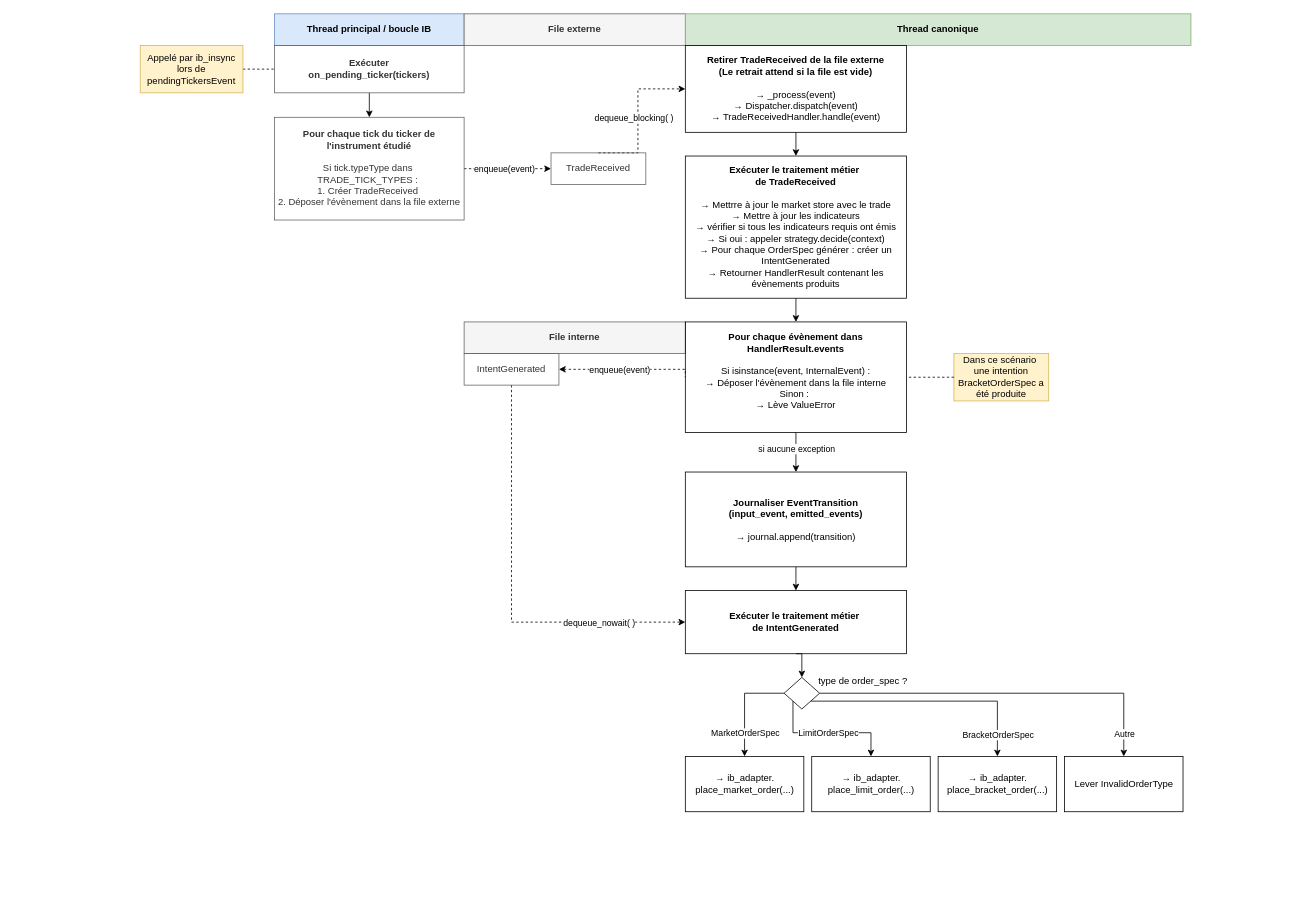
The draw.io diagram page "TradeReceived + Bracket" (2 of 2) of docs/02. Diagrams/Vue d'ensemble.drawio in ManuelBayon/InvestIQ-v2, before the edit. Source tidied: cells renumbered, new cells numbered last; positions are measured from the earlier drawing's top-left corner, leaving out a move shared by most shapes. Both pictures are drawn from the tidied source at 79%, with x=0, y=0 at pixel (140, 13).
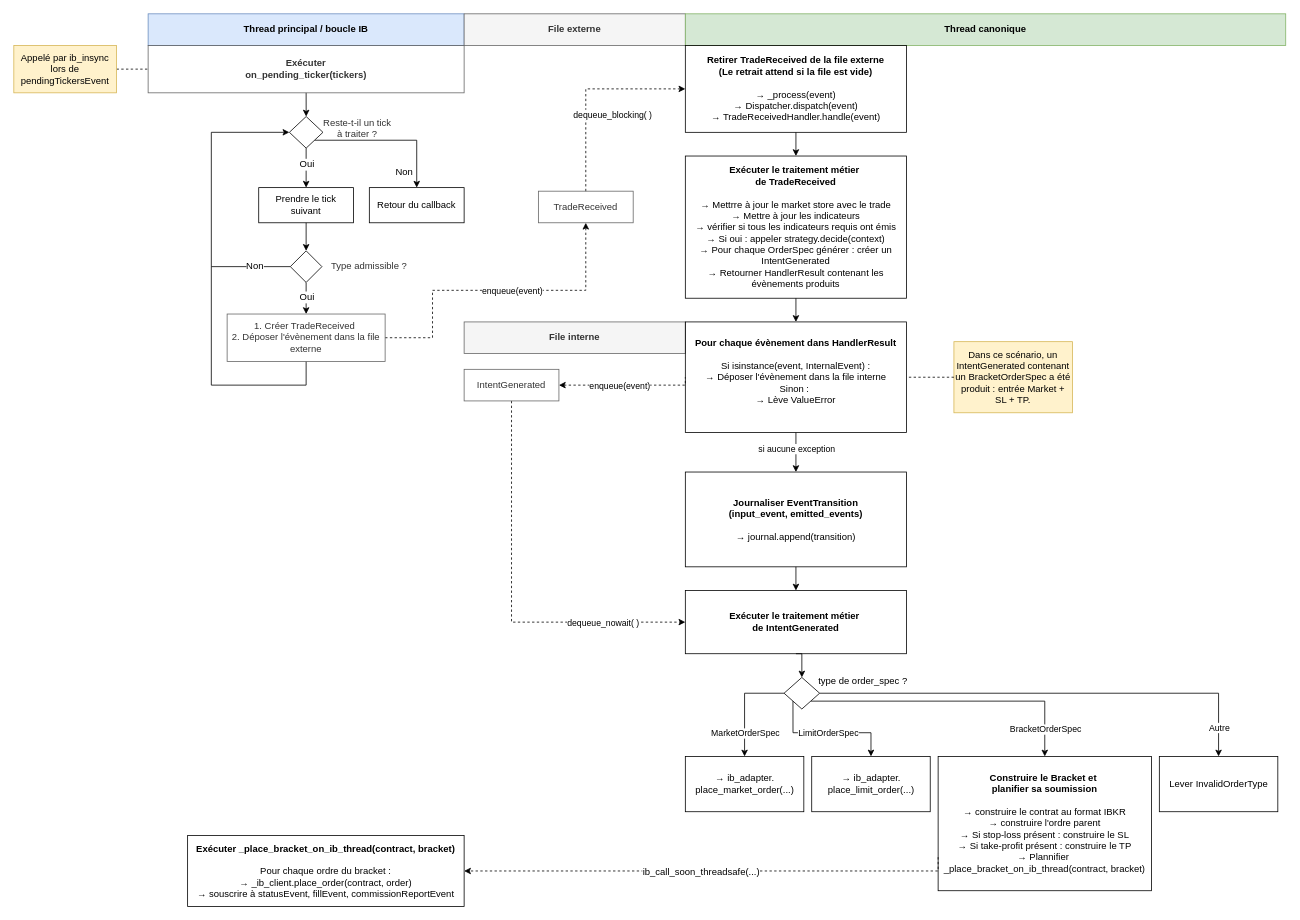
After the change.

Commit message:
docs: detail live trade flow and bracket submission

The change refers to these unchanged cells:
```xml
<mxCell id="16" value="&lt;b&gt;Retirer TradeReceived de la file externe&lt;/b&gt;&lt;div&gt;&lt;b&gt;(Le retrait attend si la file est vide)&lt;br&gt;&lt;/b&gt;&lt;div&gt;&lt;br&gt;&lt;div&gt;→ _process(event)&lt;/div&gt;&lt;/div&gt;&lt;div&gt;→ Dispatcher.dispatch(event)&lt;/div&gt;&lt;div&gt;→ TradeReceivedHandler.handle(event)&lt;/div&gt;&lt;/div&gt;" style="rounded=0;whiteSpace=wrap;html=1;fillColor=none;strokeColor=default;" parent="1" vertex="1">
  <mxGeometry x="690" y="40" width="280" height="110" as="geometry" />
</mxCell>
<mxCell id="38" style="rhombus;whiteSpace=wrap;html=1;" parent="1" vertex="1">
  <mxGeometry x="815" y="840" width="45" height="40" as="geometry" />
</mxCell>
```

Diff of the diagram source:
```diff
@@
-    <mxCell id="2" style="edgeStyle=orthogonalEdgeStyle;rounded=0;jettySize=auto;html=1;exitX=1;exitY=0.5;exitDx=0;exitDy=0;entryX=0;entryY=0.5;entryDx=0;entryDy=0;dashed=1;endArrow=none;endFill=0;" parent="1" edge="1" source="3" target="8">
-      <mxGeometry relative="1" as="geometry" />
+    <mxCell id="2" style="edgeStyle=orthogonalEdgeStyle;rounded=0;jettySize=auto;html=1;exitX=1;exitY=0.5;exitDx=0;exitDy=0;entryX=0;entryY=0.5;entryDx=0;entryDy=0;dashed=1;endArrow=none;endFill=0;" parent="1" edge="1" source="3">
+      <mxGeometry relative="1" as="geometry">
+        <mxPoint x="10" y="70" as="targetPoint" />
+      </mxGeometry>
     </mxCell>
     <mxCell id="3" value="Appelé par ib_insync lors de pendingTickersEvent" style="rounded=0;whiteSpace=wrap;html=1;fillColor=#fff2cc;strokeColor=#d6b656;" parent="1" vertex="1">
-      <mxGeometry y="40" width="130" height="60" as="geometry" />
+      <mxGeometry x="-160" y="40" width="130" height="60" as="geometry" />
     </mxCell>
     <mxCell id="4" value="Thread principal / boucle IB" style="rounded=0;whiteSpace=wrap;html=1;fillColor=#dae8fc;strokeColor=#6c8ebf;fontStyle=1;" parent="1" vertex="1">
-      <mxGeometry x="170" width="240" height="40" as="geometry" />
+      <mxGeometry x="10" width="400" height="40" as="geometry" />
     </mxCell>
@@
     <mxCell id="6" value="Thread canonique" style="rounded=0;whiteSpace=wrap;html=1;fillColor=#d5e8d4;strokeColor=#82b366;fontStyle=1;" parent="1" vertex="1">
-      <mxGeometry x="690" width="640" height="40" as="geometry" />
+      <mxGeometry x="690" width="760" height="40" as="geometry" />
     </mxCell>
-    <mxCell id="7" style="edgeStyle=orthogonalEdgeStyle;rounded=0;jettySize=auto;html=1;exitX=0.5;exitY=1;exitDx=0;exitDy=0;entryX=0.5;entryY=0;entryDx=0;entryDy=0;" parent="1" edge="1" source="8" target="11">
+    <mxCell id="7" style="edgeStyle=orthogonalEdgeStyle;rounded=0;jettySize=auto;html=1;exitX=0.5;exitY=1;exitDx=0;exitDy=0;entryX=0.5;entryY=0;entryDx=0;entryDy=0;" parent="1" edge="1" source="8" target="60">
       <mxGeometry relative="1" as="geometry" />
     </mxCell>
     <mxCell id="8" value="&lt;b&gt;Exécuter&lt;/b&gt;&lt;div&gt;&lt;b&gt;on_pending_ticker(tickers)&lt;/b&gt;&lt;/div&gt;" style="rounded=0;whiteSpace=wrap;html=1;fillColor=none;fontColor=#333333;strokeColor=#666666;" parent="1" vertex="1">
-      <mxGeometry x="170" y="40" width="240" height="60" as="geometry" />
+      <mxGeometry x="10" y="40" width="400" height="60" as="geometry" />
     </mxCell>
-    <mxCell id="9" style="edgeStyle=orthogonalEdgeStyle;rounded=0;jettySize=auto;html=1;exitX=1;exitY=0.5;exitDx=0;exitDy=0;dashed=1;" parent="1" edge="1" source="11" target="14">
-      <mxGeometry relative="1" as="geometry" />
+    <mxCell id="9" style="edgeStyle=orthogonalEdgeStyle;rounded=0;jettySize=auto;html=1;dashed=1;exitX=1;exitY=0.5;exitDx=0;exitDy=0;entryX=0.5;entryY=1;entryDx=0;entryDy=0;" parent="1" edge="1" source="49" target="14">
+      <mxGeometry relative="1" as="geometry">
+        <Array as="points">
+          <mxPoint x="370" y="410" />
+          <mxPoint x="370" y="350" />
+          <mxPoint x="564" y="350" />
+        </Array>
+      </mxGeometry>
     </mxCell>
     <mxCell id="10" value="enqueue(event)" style="edgeLabel;html=1;align=center;verticalAlign=middle;" parent="9" vertex="1">
       <mxGeometry x="-0.36" y="1" relative="1" as="geometry">
-        <mxPoint x="15" y="1" as="offset" />
+        <mxPoint x="92" y="1" as="offset" />
       </mxGeometry>
     </mxCell>
-    <mxCell id="11" value="&lt;b&gt;Pour chaque tick du ticker de l'instrument étudié&lt;/b&gt;&lt;div&gt;&lt;br&gt;&lt;/div&gt;&lt;div&gt;Si tick.typeType dans&amp;nbsp;&lt;/div&gt;&lt;div&gt;TRADE_TICK_TYPES :&amp;nbsp;&lt;/div&gt;&lt;div&gt;1. Créer TradeReceived&amp;nbsp;&lt;/div&gt;&lt;div&gt;2. Déposer l'évènement dans la file externe&lt;/div&gt;" style="rounded=0;whiteSpace=wrap;html=1;fillColor=none;fontColor=#333333;strokeColor=#666666;" parent="1" vertex="1">
-      <mxGeometry x="170" y="131" width="240" height="130" as="geometry" />
-    </mxCell>
     <mxCell id="12" style="edgeStyle=orthogonalEdgeStyle;rounded=0;jettySize=auto;html=1;dashed=1;exitX=0.5;exitY=0;exitDx=0;exitDy=0;" parent="1" edge="1" source="14" target="16">
       <mxGeometry relative="1" as="geometry">
         <Array as="points">
-          <mxPoint x="630" y="95" />
+          <mxPoint x="564" y="95" />
         </Array>
       </mxGeometry>
     </mxCell>
     <mxCell id="13" value="dequeue_blocking( )" style="edgeLabel;html=1;align=center;verticalAlign=middle;" parent="12" vertex="1">
       <mxGeometry x="-0.24" relative="1" as="geometry">
-        <mxPoint x="-6" y="-22" as="offset" />
+        <mxPoint x="33" as="offset" />
       </mxGeometry>
     </mxCell>
     <mxCell id="14" value="TradeReceived" style="rounded=0;whiteSpace=wrap;html=1;fillColor=none;fontColor=#333333;strokeColor=#666666;" parent="1" vertex="1">
-      <mxGeometry x="520" y="176" width="120" height="40" as="geometry" />
+      <mxGeometry x="504" y="224.5" width="120" height="40" as="geometry" />
     </mxCell>
@@
     <mxCell id="20" style="edgeStyle=orthogonalEdgeStyle;rounded=0;jettySize=auto;html=1;exitX=1;exitY=0.5;exitDx=0;exitDy=0;entryX=0;entryY=0.5;entryDx=0;entryDy=0;dashed=1;startArrow=classic;startFill=1;endArrow=none;endFill=0;" parent="1" edge="1" source="27" target="24">
       <mxGeometry relative="1" as="geometry">
         <Array as="points">
-          <mxPoint x="690" y="450" />
+          <mxPoint x="690" y="470" />
         </Array>
       </mxGeometry>
     </mxCell>
@@
-    <mxCell id="24" value="&lt;div&gt;&lt;span style=&quot;background-color: transparent; color: light-dark(rgb(0, 0, 0), rgb(255, 255, 255));&quot;&gt;&lt;b&gt;Pour chaque évènement dans HandlerResult.events&lt;/b&gt;&lt;/span&gt;&lt;/div&gt;&lt;div&gt;&lt;span style=&quot;background-color: transparent; color: light-dark(rgb(0, 0, 0), rgb(255, 255, 255));&quot;&gt;&lt;br&gt;&lt;/span&gt;&lt;/div&gt;&lt;div&gt;Si isinstance(event, InternalEvent) :&lt;/div&gt;&lt;div&gt;→ Déposer l'évènement dans la file interne&lt;/div&gt;&lt;div&gt;Sinon :&amp;nbsp;&lt;/div&gt;&lt;div&gt;&lt;span style=&quot;background-color: transparent; color: light-dark(rgb(0, 0, 0), rgb(255, 255, 255));&quot;&gt;→&lt;/span&gt;&lt;span style=&quot;background-color: transparent; color: light-dark(rgb(0, 0, 0), rgb(255, 255, 255));&quot;&gt;&amp;nbsp;&lt;/span&gt;Lève ValueError&lt;/div&gt;&lt;div&gt;&lt;br&gt;&lt;/div&gt;" style="rounded=0;whiteSpace=wrap;html=1;fillColor=none;strokeColor=default;" parent="1" vertex="1">
+    <mxCell id="24" value="&lt;div&gt;&lt;span style=&quot;background-color: transparent; color: light-dark(rgb(0, 0, 0), rgb(255, 255, 255));&quot;&gt;&lt;b&gt;Pour chaque évènement dans HandlerResult&lt;/b&gt;&lt;/span&gt;&lt;/div&gt;&lt;div&gt;&lt;span style=&quot;background-color: transparent; color: light-dark(rgb(0, 0, 0), rgb(255, 255, 255));&quot;&gt;&lt;br&gt;&lt;/span&gt;&lt;/div&gt;&lt;div&gt;Si isinstance(event, InternalEvent) :&lt;/div&gt;&lt;div&gt;→ Déposer l'évènement dans la file interne&lt;/div&gt;&lt;div&gt;Sinon :&amp;nbsp;&lt;/div&gt;&lt;div&gt;&lt;span style=&quot;background-color: transparent; color: light-dark(rgb(0, 0, 0), rgb(255, 255, 255));&quot;&gt;→&lt;/span&gt;&lt;span style=&quot;background-color: transparent; color: light-dark(rgb(0, 0, 0), rgb(255, 255, 255));&quot;&gt;&amp;nbsp;&lt;/span&gt;Lève ValueError&lt;/div&gt;&lt;div&gt;&lt;br&gt;&lt;/div&gt;" style="rounded=0;whiteSpace=wrap;html=1;fillColor=none;strokeColor=default;" parent="1" vertex="1">
       <mxGeometry x="690" y="390" width="280" height="140" as="geometry" />
     </mxCell>
@@
     <mxCell id="27" value="IntentGenerated" style="rounded=0;whiteSpace=wrap;html=1;fillColor=none;fontColor=#333333;strokeColor=#666666;" parent="1" vertex="1">
-      <mxGeometry x="410" y="430" width="120" height="40" as="geometry" />
+      <mxGeometry x="410" y="450" width="120" height="40" as="geometry" />
     </mxCell>
@@
-    <mxCell id="34" style="edgeStyle=orthogonalEdgeStyle;rounded=0;jettySize=auto;html=1;exitX=1;exitY=1;exitDx=0;exitDy=0;entryX=0.5;entryY=0;entryDx=0;entryDy=0;" parent="1" edge="1" source="38" target="44">
+    <mxCell id="34" style="edgeStyle=orthogonalEdgeStyle;rounded=0;jettySize=auto;html=1;exitX=1;exitY=1;exitDx=0;exitDy=0;entryX=0.5;entryY=0;entryDx=0;entryDy=0;" parent="1" edge="1" source="38" target="67">
       <mxGeometry relative="1" as="geometry" />
     </mxCell>
@@
-    <mxCell id="44" value="&lt;div style=&quot;&quot;&gt;&lt;span style=&quot;background-color: transparent; color: light-dark(rgb(0, 0, 0), rgb(255, 255, 255)); text-align: left;&quot;&gt;→ ib_adapter.&lt;/span&gt;&lt;/div&gt;&lt;div style=&quot;&quot;&gt;&lt;span style=&quot;text-align: left; background-color: transparent; color: light-dark(rgb(0, 0, 0), rgb(255, 255, 255));&quot;&gt;place_bracket_order(...)&lt;/span&gt;&lt;/div&gt;" style="rounded=0;html=1;fillColor=none;strokeColor=default;align=center;" parent="1" vertex="1">
-      <mxGeometry x="1010" y="940" width="150" height="70" as="geometry" />
-    </mxCell>
     <mxCell id="45" value="&lt;div style=&quot;&quot;&gt;&lt;span style=&quot;text-align: left; background-color: transparent; color: light-dark(rgb(0, 0, 0), rgb(255, 255, 255));&quot;&gt;Lever InvalidOrderType&lt;/span&gt;&lt;/div&gt;" style="rounded=0;html=1;fillColor=none;strokeColor=default;align=center;" parent="1" vertex="1">
-      <mxGeometry x="1170" y="940" width="150" height="70" as="geometry" />
+      <mxGeometry x="1290" y="940" width="150" height="70" as="geometry" />
     </mxCell>
-    <mxCell id="46" value="Dans ce scénario&amp;nbsp;&lt;div&gt;une intention BracketOrderSpec a été produite&lt;/div&gt;" style="rounded=0;whiteSpace=wrap;html=1;fillColor=#fff2cc;strokeColor=#d6b656;" parent="1" vertex="1">
-      <mxGeometry x="1030" y="430" width="120" height="60" as="geometry" />
+    <mxCell id="46" value="Dans ce scénario, un IntentGenerated&amp;nbsp;contenant un BracketOrderSpec&amp;nbsp;a été produit : entrée Market + SL + TP." style="rounded=0;whiteSpace=wrap;html=1;fillColor=#fff2cc;strokeColor=#d6b656;" parent="1" vertex="1">
+      <mxGeometry x="1030" y="415" width="150" height="90" as="geometry" />
     </mxCell>
@@
+    <mxCell id="48" style="edgeStyle=orthogonalEdgeStyle;rounded=0;jettySize=auto;html=1;exitX=0.5;exitY=1;exitDx=0;exitDy=0;fontFamily=Helvetica;fontSize=12;fontColor=default;endArrow=none;endFill=0;" parent="1" edge="1" source="49">
+      <mxGeometry relative="1" as="geometry">
+        <mxPoint x="90" y="320" as="targetPoint" />
+        <Array as="points">
+          <mxPoint x="210" y="470" />
+          <mxPoint x="90" y="470" />
+        </Array>
+      </mxGeometry>
+    </mxCell>
+    <mxCell id="49" value="&lt;div&gt;&lt;span style=&quot;background-color: transparent; color: light-dark(rgb(51, 51, 51), rgb(193, 193, 193));&quot;&gt;1. Créer TradeReceived&amp;nbsp;&lt;/span&gt;&lt;/div&gt;&lt;div&gt;&lt;span style=&quot;background-color: transparent; color: light-dark(rgb(51, 51, 51), rgb(193, 193, 193));&quot;&gt;2.&amp;nbsp;&lt;/span&gt;&lt;span style=&quot;background-color: transparent; color: light-dark(rgb(51, 51, 51), rgb(193, 193, 193));&quot;&gt;Déposer l'évènement&amp;nbsp;&lt;/span&gt;&lt;span style=&quot;background-color: transparent; color: light-dark(rgb(51, 51, 51), rgb(193, 193, 193));&quot;&gt;dans la file externe&lt;/span&gt;&lt;/div&gt;" style="rounded=0;whiteSpace=wrap;html=1;fillColor=none;fontColor=#333333;strokeColor=#666666;" parent="1" vertex="1">
+      <mxGeometry x="110" y="380" width="200" height="60" as="geometry" />
+    </mxCell>
+    <mxCell id="50" style="edgeStyle=orthogonalEdgeStyle;rounded=0;jettySize=auto;html=1;exitX=0.5;exitY=1;exitDx=0;exitDy=0;entryX=0.5;entryY=0;entryDx=0;entryDy=0;fontFamily=Helvetica;fontSize=12;fontColor=default;" parent="1" edge="1" source="54" target="49">
+      <mxGeometry relative="1" as="geometry" />
+    </mxCell>
+    <mxCell id="51" value="Oui" style="edgeLabel;html=1;align=center;verticalAlign=middle;rounded=0;strokeColor=default;fontFamily=Helvetica;fontSize=12;fontColor=default;fillColor=none;" parent="50" vertex="1">
+      <mxGeometry x="-0.11" relative="1" as="geometry" />
+    </mxCell>
+    <mxCell id="52" style="edgeStyle=orthogonalEdgeStyle;rounded=0;jettySize=auto;html=1;exitX=0;exitY=0.5;exitDx=0;exitDy=0;entryX=0;entryY=0.5;entryDx=0;entryDy=0;fontFamily=Helvetica;fontSize=12;fontColor=default;" parent="1" edge="1" source="54" target="60">
+      <mxGeometry relative="1" as="geometry">
+        <Array as="points">
+          <mxPoint x="90" y="320" />
+          <mxPoint x="90" y="150" />
+        </Array>
+      </mxGeometry>
+    </mxCell>
+    <mxCell id="53" value="Non" style="edgeLabel;html=1;align=center;verticalAlign=middle;rounded=0;strokeColor=default;fontFamily=Helvetica;fontSize=12;fontColor=default;fillColor=none;" parent="52" vertex="1">
+      <mxGeometry x="-0.75" y="-1" relative="1" as="geometry" />
+    </mxCell>
+    <mxCell id="54" style="rhombus;whiteSpace=wrap;html=1;" parent="1" vertex="1">
+      <mxGeometry x="190" y="300" width="40" height="40" as="geometry" />
+    </mxCell>
+    <mxCell id="55" value="&lt;div style=&quot;color: rgb(51, 51, 51);&quot;&gt;Type admissible ?&lt;/div&gt;" style="text;html=1;whiteSpace=wrap;strokeColor=none;fillColor=none;align=center;verticalAlign=middle;rounded=0;" parent="1" vertex="1">
+      <mxGeometry x="240" y="305" width="100" height="30" as="geometry" />
+    </mxCell>
+    <mxCell id="56" style="edgeStyle=orthogonalEdgeStyle;rounded=0;jettySize=auto;html=1;exitX=0.5;exitY=1;exitDx=0;exitDy=0;entryX=0.5;entryY=0;entryDx=0;entryDy=0;fontFamily=Helvetica;fontSize=12;fontColor=default;" parent="1" edge="1" source="60" target="63">
+      <mxGeometry relative="1" as="geometry">
+        <Array as="points">
+          <mxPoint x="210" y="220" />
+        </Array>
+      </mxGeometry>
+    </mxCell>
+    <mxCell id="57" value="Oui" style="edgeLabel;html=1;align=center;verticalAlign=middle;rounded=0;strokeColor=default;fontFamily=Helvetica;fontSize=12;fontColor=default;fillColor=none;" parent="56" vertex="1">
+      <mxGeometry x="-0.31" y="-1" relative="1" as="geometry">
+        <mxPoint x="1" y="3" as="offset" />
+      </mxGeometry>
+    </mxCell>
+    <mxCell id="58" style="edgeStyle=orthogonalEdgeStyle;rounded=0;jettySize=auto;html=1;exitX=1;exitY=1;exitDx=0;exitDy=0;entryX=0.5;entryY=0;entryDx=0;entryDy=0;fontFamily=Helvetica;fontSize=12;fontColor=default;" parent="1" edge="1" source="60" target="64">
+      <mxGeometry relative="1" as="geometry" />
+    </mxCell>
+    <mxCell id="59" value="Non" style="edgeLabel;html=1;align=center;verticalAlign=middle;rounded=0;strokeColor=default;fontFamily=Helvetica;fontSize=12;fontColor=default;fillColor=none;" parent="58" vertex="1">
+      <mxGeometry x="-0.36" y="1" relative="1" as="geometry">
+        <mxPoint x="52" y="41" as="offset" />
+      </mxGeometry>
+    </mxCell>
+    <mxCell id="60" style="rhombus;whiteSpace=wrap;html=1;" parent="1" vertex="1">
+      <mxGeometry x="188.8" y="130" width="42.5" height="40" as="geometry" />
+    </mxCell>
+    <mxCell id="61" value="&lt;span style=&quot;color: rgb(51, 51, 51);&quot;&gt;Reste-t-il un tick à traiter ?&lt;/span&gt;" style="text;html=1;whiteSpace=wrap;strokeColor=none;fillColor=none;align=center;verticalAlign=middle;rounded=0;" parent="1" vertex="1">
+      <mxGeometry x="230" y="130" width="90" height="30" as="geometry" />
+    </mxCell>
+    <mxCell id="62" style="edgeStyle=orthogonalEdgeStyle;rounded=0;jettySize=auto;html=1;exitX=0.5;exitY=1;exitDx=0;exitDy=0;entryX=0.5;entryY=0;entryDx=0;entryDy=0;fontFamily=Helvetica;fontSize=12;fontColor=default;" parent="1" edge="1" source="63" target="54">
+      <mxGeometry relative="1" as="geometry" />
+    </mxCell>
+    <mxCell id="63" value="Prendre le tick&lt;div&gt;suivant&lt;/div&gt;" style="rounded=0;whiteSpace=wrap;html=1;fillColor=none;" parent="1" vertex="1">
+      <mxGeometry x="150" y="220" width="120" height="44.5" as="geometry" />
+    </mxCell>
+    <mxCell id="64" value="Retour du callback" style="rounded=0;whiteSpace=wrap;html=1;fillColor=none;" parent="1" vertex="1">
+      <mxGeometry x="290" y="220" width="120" height="44.5" as="geometry" />
+    </mxCell>
+    <mxCell id="65" style="edgeStyle=orthogonalEdgeStyle;rounded=0;jettySize=auto;html=1;exitX=0;exitY=0.75;exitDx=0;exitDy=0;fontFamily=Helvetica;fontSize=12;fontColor=default;entryX=1;entryY=0.5;entryDx=0;entryDy=0;dashed=1;" parent="1" edge="1" source="67" target="68">
+      <mxGeometry relative="1" as="geometry">
+        <Array as="points">
+          <mxPoint x="1010" y="1085" />
+        </Array>
+      </mxGeometry>
+    </mxCell>
+    <mxCell id="66" value="ib_call_soon_threadsafe(...)" style="edgeLabel;html=1;align=center;verticalAlign=middle;rounded=0;strokeColor=default;fontFamily=Helvetica;fontSize=12;fontColor=default;fillColor=none;" parent="65" vertex="1">
+      <mxGeometry x="0.09" y="3" relative="1" as="geometry">
+        <mxPoint x="19" y="-3" as="offset" />
+      </mxGeometry>
+    </mxCell>
+    <mxCell id="67" value="&lt;div style=&quot;&quot;&gt;&lt;b&gt;Construire le Bracket et&amp;nbsp;&lt;/b&gt;&lt;/div&gt;&lt;div style=&quot;&quot;&gt;&lt;b&gt;planifier sa soumission&lt;/b&gt;&lt;/div&gt;&lt;div style=&quot;&quot;&gt;&lt;b&gt;&lt;br&gt;&lt;/b&gt;&lt;/div&gt;&lt;div style=&quot;&quot;&gt;→ construire le contrat au format IBKR&lt;/div&gt;&lt;div style=&quot;&quot;&gt;→ construire l'ordre parent&lt;/div&gt;&lt;div style=&quot;&quot;&gt;→ Si stop-loss présent : construire le SL&lt;/div&gt;&lt;div style=&quot;&quot;&gt;→ Si take-profit présent : construire le TP&lt;/div&gt;&lt;div style=&quot;&quot;&gt;→ Plannifier&amp;nbsp; _place_bracket_on_ib_thread(contract, bracket)&lt;/div&gt;" style="rounded=0;whiteSpace=wrap;html=1;fillColor=none;strokeColor=default;align=center;" parent="1" vertex="1">
+      <mxGeometry x="1010" y="940" width="270" height="170" as="geometry" />
+    </mxCell>
+    <mxCell id="68" value="&lt;div&gt;&lt;b&gt;Exécuter&amp;nbsp;&lt;span style=&quot;background-color: transparent; color: light-dark(rgb(0, 0, 0), rgb(255, 255, 255));&quot;&gt;_place_bracket_on_ib_thread(contract, bracket)&lt;/span&gt;&lt;/b&gt;&lt;/div&gt;&lt;div&gt;&lt;b&gt;&lt;br&gt;&lt;/b&gt;&lt;/div&gt;&lt;div&gt;Pour chaque ordre du bracket :&lt;/div&gt;&lt;div&gt;→ _ib_client.place_order(contract, order)&lt;/div&gt;&lt;div&gt;→ souscrire à&amp;nbsp;&lt;span style=&quot;background-color: transparent; color: light-dark(rgb(0, 0, 0), rgb(255, 255, 255));&quot;&gt;statusEvent,&amp;nbsp;&lt;/span&gt;&lt;span style=&quot;background-color: transparent; color: light-dark(rgb(0, 0, 0), rgb(255, 255, 255));&quot;&gt;fillEvent,&amp;nbsp;&lt;/span&gt;&lt;span style=&quot;background-color: transparent; color: light-dark(rgb(0, 0, 0), rgb(255, 255, 255));&quot;&gt;commissionReportEvent&lt;/span&gt;&lt;/div&gt;" style="rounded=0;whiteSpace=wrap;html=1;strokeColor=default;align=center;verticalAlign=middle;fontFamily=Helvetica;fontSize=12;fontColor=default;fillColor=none;" parent="1" vertex="1">
+      <mxGeometry x="60" y="1040" width="350" height="90" as="geometry" />
+    </mxCell>
```
